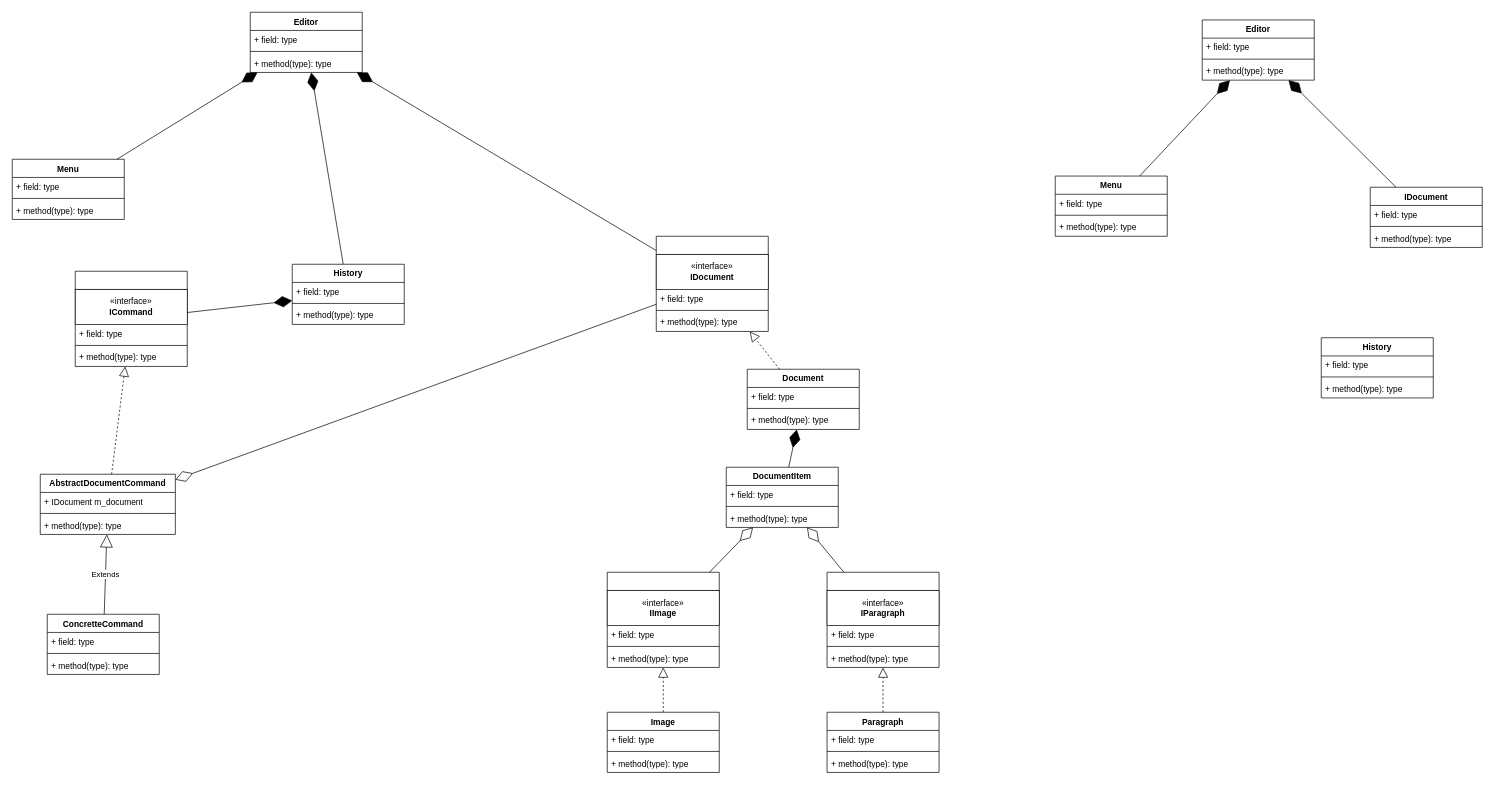
Earlier version of the draw.io diagram Lab5/NewEditor.drawio (x4la1/ood). Source tidied: cells renumbered, new cells numbered last; positions are measured from the earlier drawing's top-left corner, leaving out a move shared by most shapes. Both pictures are drawn from the tidied source at 70%, with x=0, y=0 at pixel (12, 12).
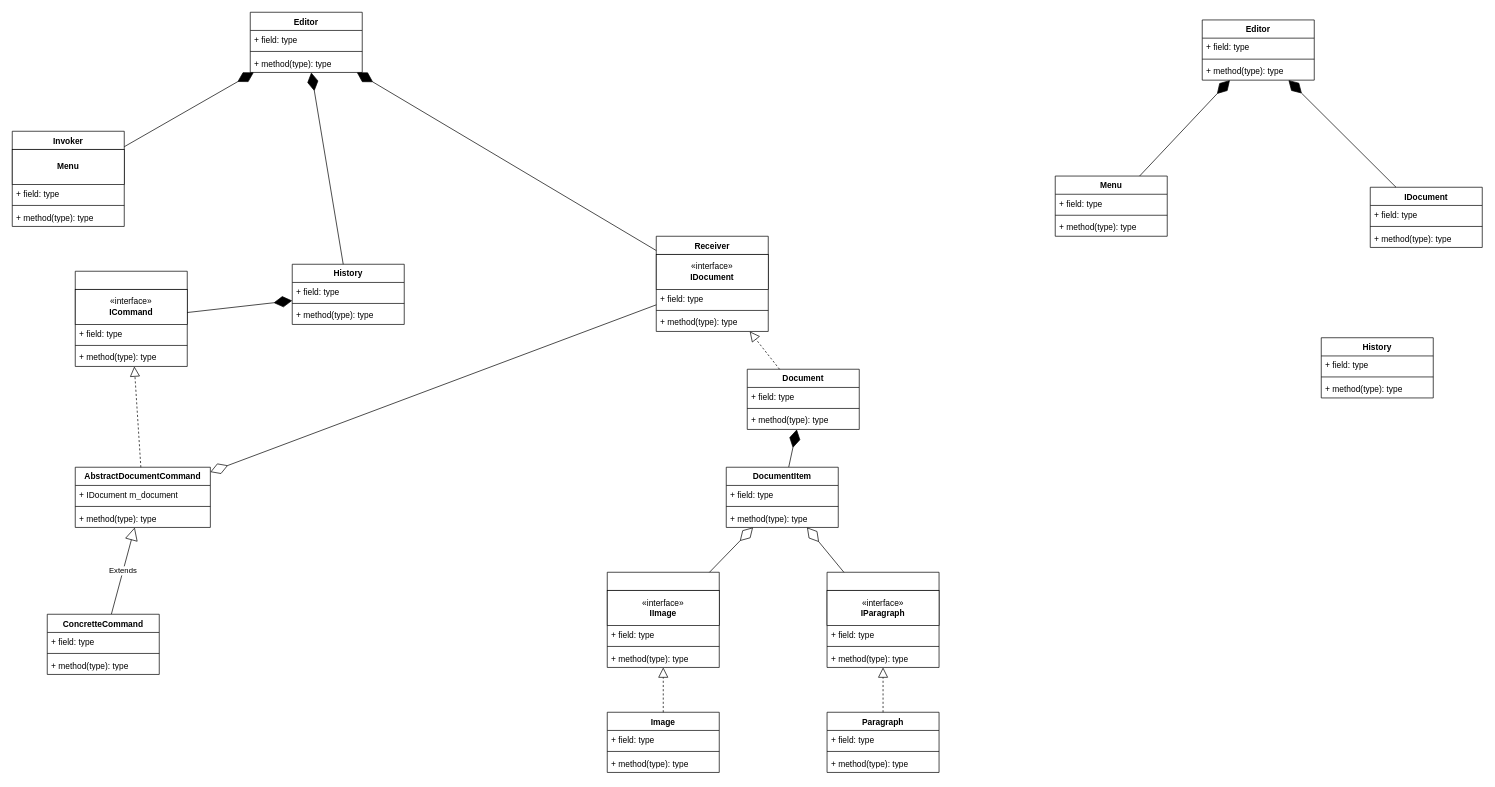
The same diagram, later.

The edit, as a diff of the source:
```diff
@@
-    <mxCell id="2" style="swimlane;fontStyle=1;align=center;verticalAlign=top;horizontal=1;startSize=26;whiteSpace=wrap;html=1;" parent="1" vertex="1">
+    <mxCell id="2" value="Receiver" style="swimlane;fontStyle=1;align=center;verticalAlign=top;horizontal=1;startSize=26;whiteSpace=wrap;html=1;" parent="1" vertex="1">
       <mxGeometry x="920" y="320" width="160" height="136" as="geometry" />
     </mxCell>
@@
     <mxCell id="44" value="AbstractDocumentCommand" style="swimlane;fontStyle=1;align=center;verticalAlign=top;horizontal=1;startSize=26;whiteSpace=wrap;html=1;" parent="1" vertex="1">
-      <mxGeometry x="40" y="660" width="193" height="86" as="geometry" />
+      <mxGeometry x="90" y="650" width="193" height="86" as="geometry" />
     </mxCell>
@@
-    <mxCell id="60" value="Menu" style="swimlane;fontStyle=1;align=center;verticalAlign=top;horizontal=1;startSize=26;whiteSpace=wrap;html=1;" parent="1" vertex="1">
-      <mxGeometry y="210" width="160" height="86" as="geometry" />
+    <mxCell id="60" value="Invoker" style="swimlane;fontStyle=1;align=center;verticalAlign=top;horizontal=1;startSize=26;whiteSpace=wrap;html=1;" parent="1" vertex="1">
+      <mxGeometry y="170" width="160" height="136" as="geometry" />
     </mxCell>
+    <mxCell id="89" value="&lt;b&gt;Menu&lt;/b&gt;" style="html=1;whiteSpace=wrap;" parent="60" vertex="1">
+      <mxGeometry y="26" width="160" height="50" as="geometry" />
+    </mxCell>
     <mxCell id="61" value="+ field: type" style="text;strokeColor=none;fillColor=none;align=left;verticalAlign=top;spacingLeft=4;spacingRight=4;overflow=hidden;whiteSpace=wrap;html=1;" parent="60" vertex="1">
-      <mxGeometry y="26" width="160" height="26" as="geometry" />
+      <mxGeometry y="76" width="160" height="26" as="geometry" />
     </mxCell>
     <mxCell id="62" style="line;strokeWidth=1;fillColor=none;align=left;verticalAlign=middle;spacingTop=-1;spacingLeft=3;spacingRight=3;labelPosition=right;strokeColor=inherit;" parent="60" vertex="1">
-      <mxGeometry y="52" width="160" height="8" as="geometry" />
+      <mxGeometry y="102" width="160" height="8" as="geometry" />
     </mxCell>
     <mxCell id="63" value="+ method(type): type" style="text;strokeColor=none;fillColor=none;align=left;verticalAlign=top;spacingLeft=4;spacingRight=4;overflow=hidden;whiteSpace=wrap;html=1;" parent="60" vertex="1">
-      <mxGeometry y="60" width="160" height="26" as="geometry" />
+      <mxGeometry y="110" width="160" height="26" as="geometry" />
     </mxCell>
```
